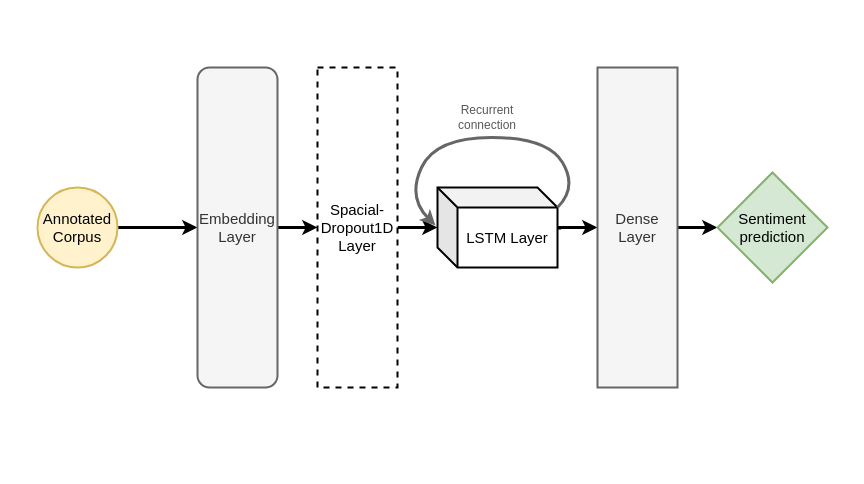
This is LSTM_NLP_Model.drawio from Poopaye-96/Visual_Content, a draw.io file, before an edit. Source tidied: cells renumbered, new cells numbered last; positions are measured from the earlier drawing's top-left corner, leaving out a move shared by most shapes. Both pictures are drawn from the tidied source at 100%, with x=0, y=0 at pixel (17, 17).
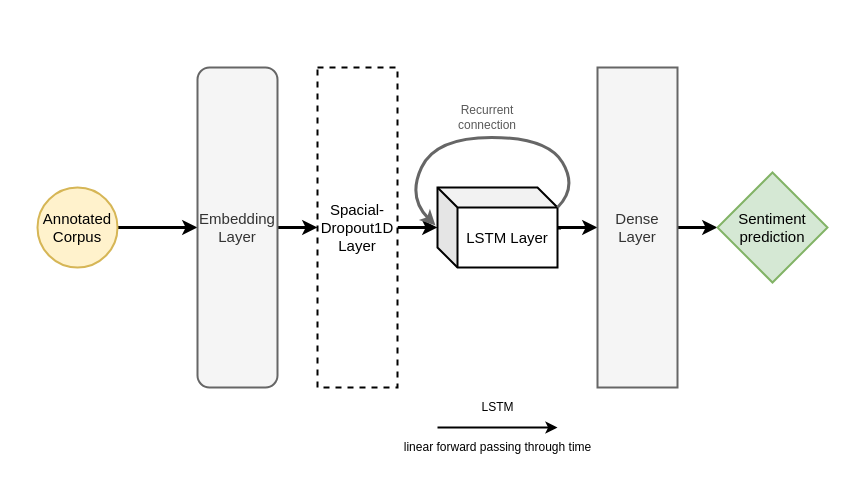
The same diagram, later.

Diff of the diagram source:
```diff
@@
     <mxCell id="15" style="rounded=0;whiteSpace=wrap;html=1;dashed=1;strokeWidth=2;fillColor=none;strokeColor=none;" parent="1" vertex="1">
-      <mxGeometry width="830" height="390" as="geometry" />
+      <mxGeometry y="40" width="830" height="410" as="geometry" />
     </mxCell>
+    <mxCell id="16" style="endArrow=classic;html=1;strokeWidth=2;" parent="1" edge="1">
+      <mxGeometry relative="1" as="geometry">
+        <mxPoint x="420" y="410" as="sourcePoint" />
+        <mxPoint x="540" y="410" as="targetPoint" />
+      </mxGeometry>
+    </mxCell>
+    <mxCell id="17" value="linear forward passing through time" style="text;html=1;align=center;verticalAlign=middle;strokeColor=none;" parent="1" vertex="1">
+      <mxGeometry x="375" y="420" width="210" height="20" as="geometry" />
+    </mxCell>
+    <mxCell id="18" value="LSTM" style="text;html=1;align=center;verticalAlign=middle;strokeColor=none;" parent="1" vertex="1">
+      <mxGeometry x="455" y="380" width="50" height="20" as="geometry" />
+    </mxCell>
```
